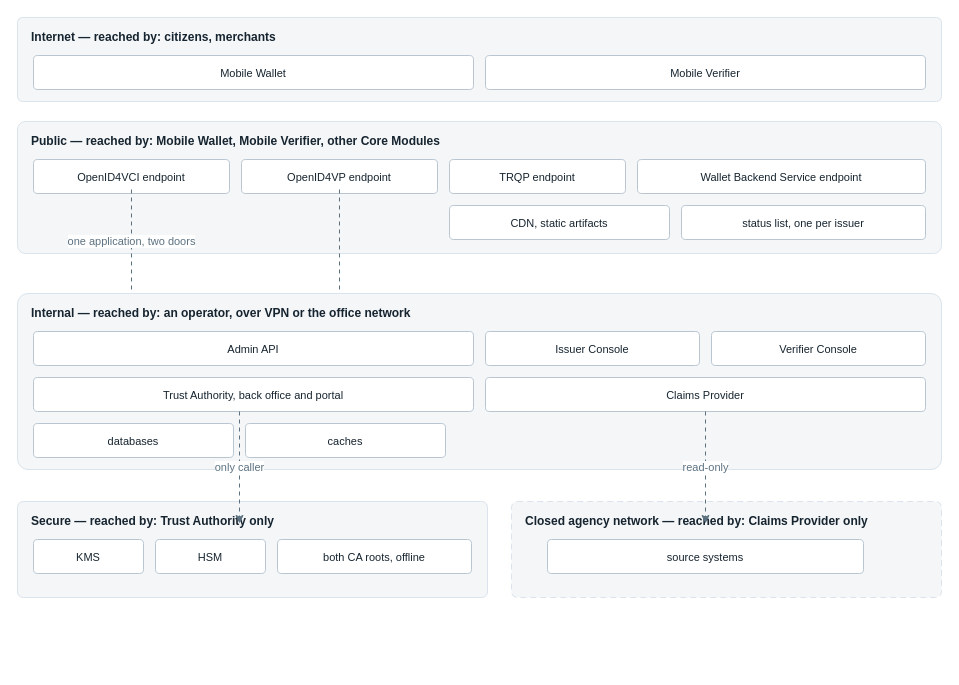
The draw.io diagram images/architecture-framework/high-level-architecture/network-zones.drawio in id-verifiable-credential-dev/id-doc-idctf, before the edit. Source tidied: cells renumbered, new cells numbered last; positions are measured from the earlier drawing's top-left corner, leaving out a move shared by most shapes. Both pictures are drawn from the tidied source at 100%, with x=0, y=0 at pixel (17, 17).
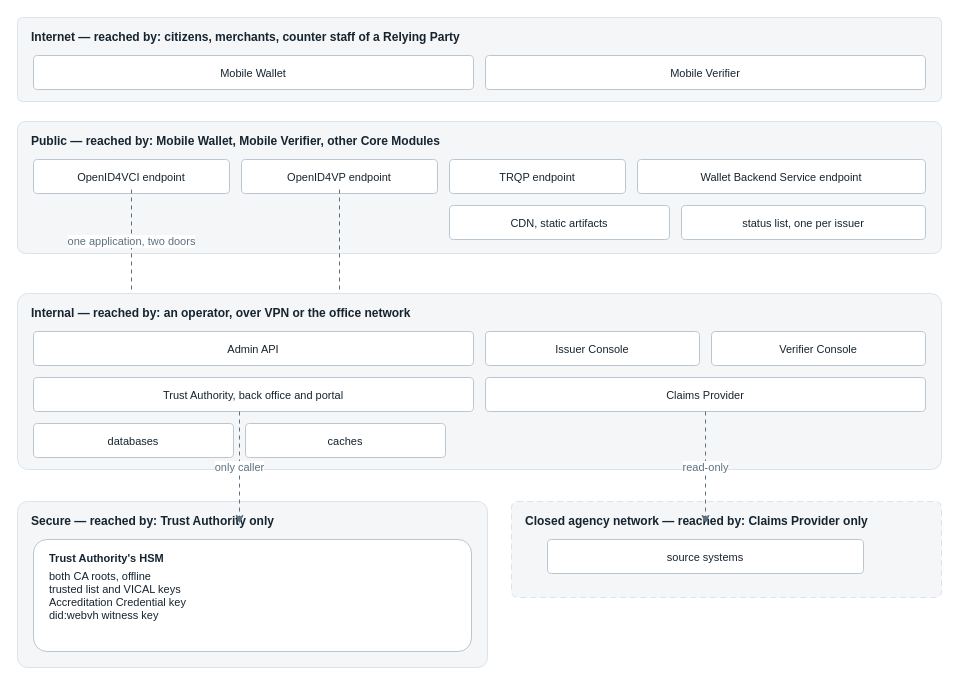
Above is the later version.

Diff of the diagram source:
```diff
@@
-    <mxCell id="2" value="Internet — reached by: citizens, merchants" style="rounded=1;arcSize=6;fillColor=#f4f6f8;strokeColor=#dbe4ec;dashed=0;verticalAlign=top;align=left;spacingLeft=12;spacingTop=6;fontSize=12;fontStyle=1;fontColor=#16242f;" parent="1" vertex="1">
+    <mxCell id="2" value="Internet — reached by: citizens, merchants, counter staff of a Relying Party" style="rounded=1;arcSize=6;fillColor=#f4f6f8;strokeColor=#dbe4ec;dashed=0;verticalAlign=top;align=left;spacingLeft=12;spacingTop=6;fontSize=12;fontStyle=1;fontColor=#16242f;" parent="1" vertex="1">
       <mxGeometry width="924" height="84" as="geometry" />
     </mxCell>
@@
     <mxCell id="20" value="Secure — reached by: Trust Authority only" style="rounded=1;arcSize=6;fillColor=#f4f6f8;strokeColor=#dbe4ec;dashed=0;verticalAlign=top;align=left;spacingLeft=12;spacingTop=6;fontSize=12;fontStyle=1;fontColor=#16242f;" parent="1" vertex="1">
-      <mxGeometry y="484" width="470" height="96" as="geometry" />
+      <mxGeometry y="484" width="470" height="166" as="geometry" />
     </mxCell>
-    <mxCell id="21" value="KMS" style="rounded=1;arcSize=12;fillColor=#ffffff;strokeColor=#b9c6d2;fontSize=11;fontColor=#16242f;" parent="1" vertex="1">
-      <mxGeometry x="16" y="522" width="110" height="34" as="geometry" />
+    <mxCell id="21" value="Trust Authority's HSM" style="rounded=1;arcSize=12;fillColor=#ffffff;strokeColor=#b9c6d2;fontSize=11;fontStyle=1;fontColor=#16242f;verticalAlign=top;align=left;spacingLeft=14;spacingTop=6;" parent="1" vertex="1">
+      <mxGeometry x="16" y="522" width="438" height="112" as="geometry" />
     </mxCell>
-    <mxCell id="22" value="HSM" style="rounded=1;arcSize=12;fillColor=#ffffff;strokeColor=#b9c6d2;fontSize=11;fontColor=#16242f;" parent="1" vertex="1">
-      <mxGeometry x="138" y="522" width="110" height="34" as="geometry" />
+    <mxCell id="22" value="both CA roots, offline&#10;trusted list and VICAL keys&#10;Accreditation Credential key&#10;did:webvh witness key" style="text;html=0;align=left;verticalAlign=top;fontSize=11;fontColor=#16242f;" parent="1" vertex="1">
+      <mxGeometry x="30" y="546" width="410" height="80" as="geometry" />
     </mxCell>
-    <mxCell id="23" value="both CA roots, offline" style="rounded=1;arcSize=12;fillColor=#ffffff;strokeColor=#b9c6d2;fontSize=11;fontColor=#16242f;" parent="1" vertex="1">
-      <mxGeometry x="260" y="522" width="194" height="34" as="geometry" />
-    </mxCell>
```
